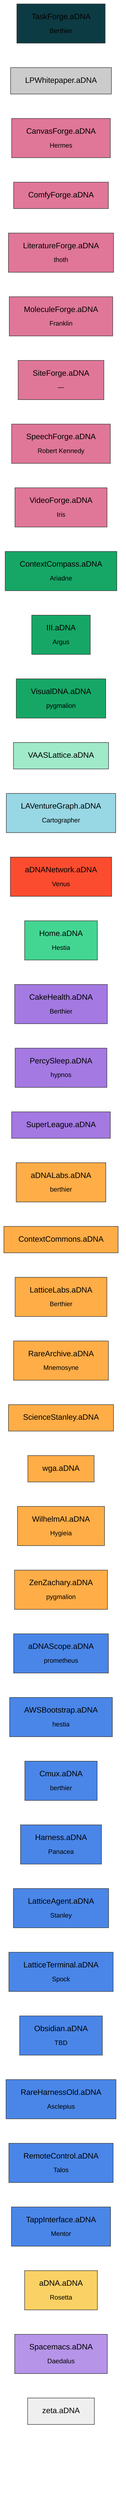
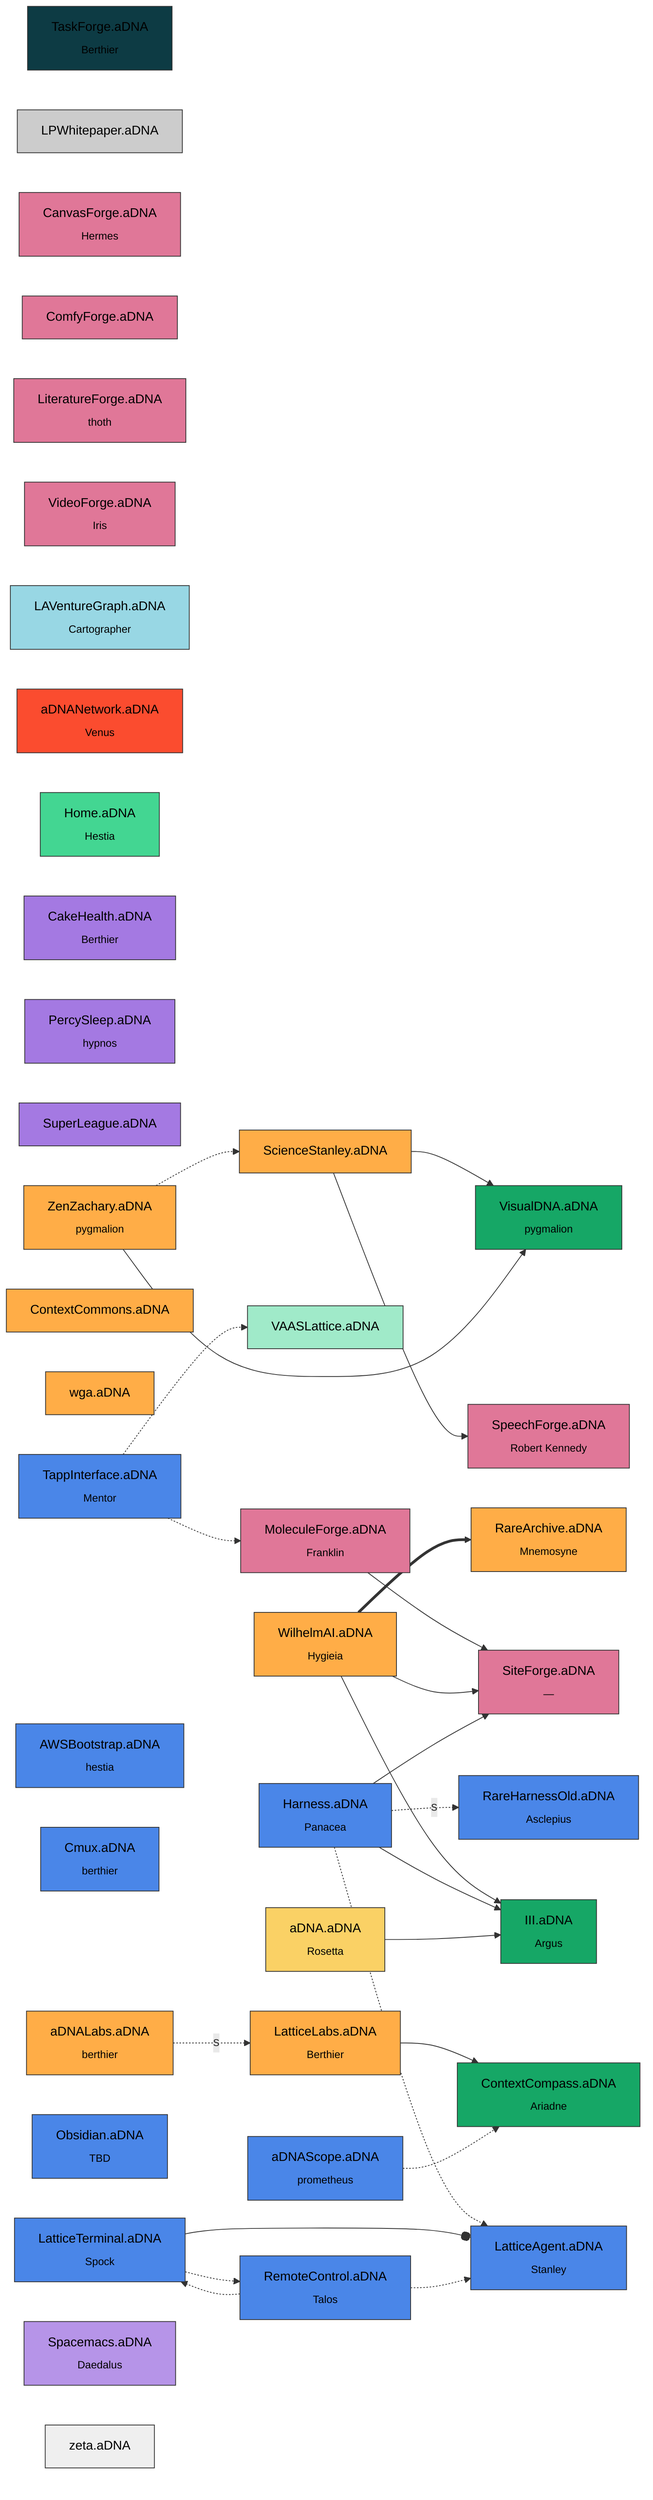
flowchart LR
-   TaskForge.aDNA["TaskForge.aDNA<br><sub>Berthier</sub>"]:::classcoordination
-   LPWhitepaper.aDNA["LPWhitepaper.aDNA"]:::classdocument
-   CanvasForge.aDNA["CanvasForge.aDNA<br><sub>Hermes</sub>"]:::classforge
-   ComfyForge.aDNA["ComfyForge.aDNA"]:::classforge
+   TaskForge_aDNA["TaskForge.aDNA<br><sub>Berthier</sub>"]:::classcoordination
+   LPWhitepaper_aDNA["LPWhitepaper.aDNA"]:::classdocument
+   CanvasForge_aDNA["CanvasForge.aDNA<br><sub>Hermes</sub>"]:::classforge
+   ComfyForge_aDNA["ComfyForge.aDNA"]:::classforge
  literatureforge["LiteratureForge.aDNA<br><sub>thoth</sub>"]:::classforge
-   MoleculeForge.aDNA["MoleculeForge.aDNA<br><sub>Franklin</sub>"]:::classforge
-   SiteForge.aDNA["SiteForge.aDNA<br><sub>—</sub>"]:::classforge
-   SpeechForge.aDNA["SpeechForge.aDNA<br><sub>Robert Kennedy</sub>"]:::classforge
-   VideoForge.aDNA["VideoForge.aDNA<br><sub>Iris</sub>"]:::classforge
-   ContextCompass.aDNA["ContextCompass.aDNA<br><sub>Ariadne</sub>"]:::classframework
-   III.aDNA["III.aDNA<br><sub>Argus</sub>"]:::classframework
+   MoleculeForge_aDNA["MoleculeForge.aDNA<br><sub>Franklin</sub>"]:::classforge
+   SiteForge_aDNA["SiteForge.aDNA<br><sub>—</sub>"]:::classforge
+   SpeechForge_aDNA["SpeechForge.aDNA<br><sub>Robert Kennedy</sub>"]:::classforge
+   VideoForge_aDNA["VideoForge.aDNA<br><sub>Iris</sub>"]:::classforge
+   ContextCompass_aDNA["ContextCompass.aDNA<br><sub>Ariadne</sub>"]:::classframework
+   III_aDNA["III.aDNA<br><sub>Argus</sub>"]:::classframework
  visualdna["VisualDNA.aDNA<br><sub>pygmalion</sub>"]:::classframework
-   VAASLattice.aDNA["VAASLattice.aDNA"]:::classframeworkcandidate
-   LAVentureGraph.aDNA["LAVentureGraph.aDNA<br><sub>Cartographer</sub>"]:::classknowledgegraph
-   aDNANetwork.aDNA["aDNANetwork.aDNA<br><sub>Venus</sub>"]:::classnetwork
-   Home.aDNA["Home.aDNA<br><sub>Hestia</sub>"]:::classnodeoperational
-   CakeHealth.aDNA["CakeHealth.aDNA<br><sub>Berthier</sub>"]:::classorggraph
+   VAASLattice_aDNA["VAASLattice.aDNA"]:::classframeworkcandidate
+   LAVentureGraph_aDNA["LAVentureGraph.aDNA<br><sub>Cartographer</sub>"]:::classknowledgegraph
+   aDNANetwork_aDNA["aDNANetwork.aDNA<br><sub>Venus</sub>"]:::classnetwork
+   Home_aDNA["Home.aDNA<br><sub>Hestia</sub>"]:::classnodeoperational
+   CakeHealth_aDNA["CakeHealth.aDNA<br><sub>Berthier</sub>"]:::classorggraph
  percysleep["PercySleep.aDNA<br><sub>hypnos</sub>"]:::classorggraph
-   SuperLeague.aDNA["SuperLeague.aDNA"]:::classorggraph
+   SuperLeague_aDNA["SuperLeague.aDNA"]:::classorggraph
  adnalabs["aDNALabs.aDNA<br><sub>berthier</sub>"]:::classorgvault
-   ContextCommons.aDNA["ContextCommons.aDNA"]:::classorgvault
-   LatticeLabs.aDNA["LatticeLabs.aDNA<br><sub>Berthier</sub>"]:::classorgvault
-   RareArchive.aDNA["RareArchive.aDNA<br><sub>Mnemosyne</sub>"]:::classorgvault
+   ContextCommons_aDNA["ContextCommons.aDNA"]:::classorgvault
+   LatticeLabs_aDNA["LatticeLabs.aDNA<br><sub>Berthier</sub>"]:::classorgvault
+   RareArchive_aDNA["RareArchive.aDNA<br><sub>Mnemosyne</sub>"]:::classorgvault
  sciencestanley["ScienceStanley.aDNA"]:::classorgvault
-   wga.aDNA["wga.aDNA"]:::classorgvault
-   WilhelmAI.aDNA["WilhelmAI.aDNA<br><sub>Hygieia</sub>"]:::classorgvault
+   wga_aDNA["wga.aDNA"]:::classorgvault
+   WilhelmAI_aDNA["WilhelmAI.aDNA<br><sub>Hygieia</sub>"]:::classorgvault
  zenzachary["ZenZachary.aDNA<br><sub>pygmalion</sub>"]:::classorgvault
  adnascope["aDNAScope.aDNA<br><sub>prometheus</sub>"]:::classplatform
  awsbootstrap["AWSBootstrap.aDNA<br><sub>hestia</sub>"]:::classplatform
  cmux["Cmux.aDNA<br><sub>berthier</sub>"]:::classplatform
-   Harness.aDNA["Harness.aDNA<br><sub>Panacea</sub>"]:::classplatform
-   LatticeAgent.aDNA["LatticeAgent.aDNA<br><sub>Stanley</sub>"]:::classplatform
-   LatticeTerminal.aDNA["LatticeTerminal.aDNA<br><sub>Spock</sub>"]:::classplatform
-   Obsidian.aDNA["Obsidian.aDNA<br><sub>TBD</sub>"]:::classplatform
-   RareHarnessOld.aDNA["RareHarnessOld.aDNA<br><sub>Asclepius</sub>"]:::classplatform
-   RemoteControl.aDNA["RemoteControl.aDNA<br><sub>Talos</sub>"]:::classplatform
-   TappInterface.aDNA["TappInterface.aDNA<br><sub>Mentor</sub>"]:::classplatform
-   aDNA.aDNA["aDNA.aDNA<br><sub>Rosetta</sub>"]:::classstandarddev
-   Spacemacs.aDNA["Spacemacs.aDNA<br><sub>Daedalus</sub>"]:::classtooling
-   zeta.aDNA["zeta.aDNA"]:::classworkspace
+   Harness_aDNA["Harness.aDNA<br><sub>Panacea</sub>"]:::classplatform
+   LatticeAgent_aDNA["LatticeAgent.aDNA<br><sub>Stanley</sub>"]:::classplatform
+   LatticeTerminal_aDNA["LatticeTerminal.aDNA<br><sub>Spock</sub>"]:::classplatform
+   Obsidian_aDNA["Obsidian.aDNA<br><sub>TBD</sub>"]:::classplatform
+   RareHarnessOld_aDNA["RareHarnessOld.aDNA<br><sub>Asclepius</sub>"]:::classplatform
+   RemoteControl_aDNA["RemoteControl.aDNA<br><sub>Talos</sub>"]:::classplatform
+   TappInterface_aDNA["TappInterface.aDNA<br><sub>Mentor</sub>"]:::classplatform
+   aDNA_aDNA["aDNA.aDNA<br><sub>Rosetta</sub>"]:::classstandarddev
+   Spacemacs_aDNA["Spacemacs.aDNA<br><sub>Daedalus</sub>"]:::classtooling
+   zeta_aDNA["zeta.aDNA"]:::classworkspace

+   MoleculeForge_aDNA --> SiteForge_aDNA
+   adnalabs -.->|s| LatticeLabs_aDNA
+   LatticeLabs_aDNA --> ContextCompass_aDNA
+   sciencestanley --> SpeechForge_aDNA
+   sciencestanley --> visualdna
+   WilhelmAI_aDNA --> SiteForge_aDNA
+   WilhelmAI_aDNA --> III_aDNA
+   WilhelmAI_aDNA ==> RareArchive_aDNA
+   zenzachary -.-> sciencestanley
+   zenzachary --> visualdna
+   adnascope -.-> ContextCompass_aDNA
+   Harness_aDNA --> SiteForge_aDNA
+   Harness_aDNA --> III_aDNA
+   Harness_aDNA -.->|s| LatticeAgent_aDNA
+   LatticeTerminal_aDNA -.-> RemoteControl_aDNA
+   LatticeTerminal_aDNA --o LatticeAgent_aDNA
+   Harness_aDNA -.->|s| RareHarnessOld_aDNA
+   RemoteControl_aDNA -.-> LatticeAgent_aDNA
+   RemoteControl_aDNA -.-> LatticeTerminal_aDNA
+   TappInterface_aDNA -.-> MoleculeForge_aDNA
+   TappInterface_aDNA -.-> VAASLattice_aDNA
+   aDNA_aDNA --> III_aDNA

  classDef classforge fill:#e07798,stroke:#333,color:#000
  classDef classframework fill:#16a766,stroke:#333,color:#000
  classDef classframeworkcandidate fill:#a0eac9,stroke:#333,color:#000
  classDef classplatform fill:#4a86e8,stroke:#333,color:#000
  classDef classorgvault fill:#ffad47,stroke:#333,color:#000
  classDef classstandarddev fill:#fad165,stroke:#333,color:#000
  classDef classorggraph fill:#a479e2,stroke:#333,color:#000
  classDef classnetwork fill:#fb4c2f,stroke:#333,color:#000
  classDef classnodeoperational fill:#43d692,stroke:#333,color:#000
  classDef classcoordination fill:#0d3b44,stroke:#333,color:#000
  classDef classdocument fill:#cccccc,stroke:#333,color:#000
  classDef classknowledgegraph fill:#98d7e4,stroke:#333,color:#000
  classDef classtooling fill:#b694e8,stroke:#333,color:#000
  classDef classworkspace fill:#efefef,stroke:#333,color:#000
  classDef classsuperseded fill:#666666,stroke:#333,color:#000
